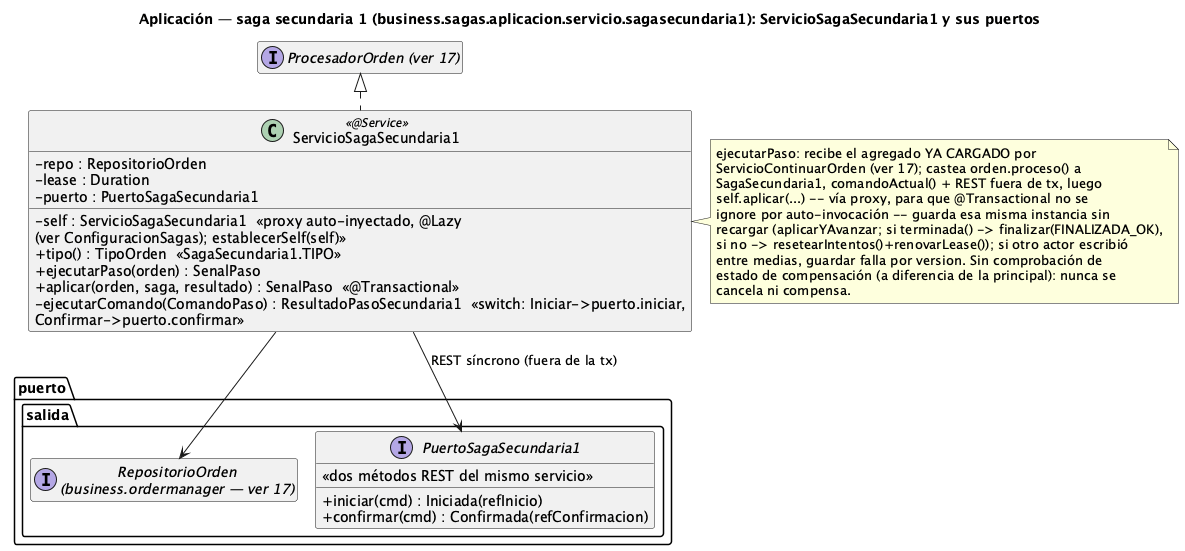
Earlier version of the PlantUML export order-manager/docs/19-clases-aplicacion-saga-secundaria1.png (ralcazar/patrones).
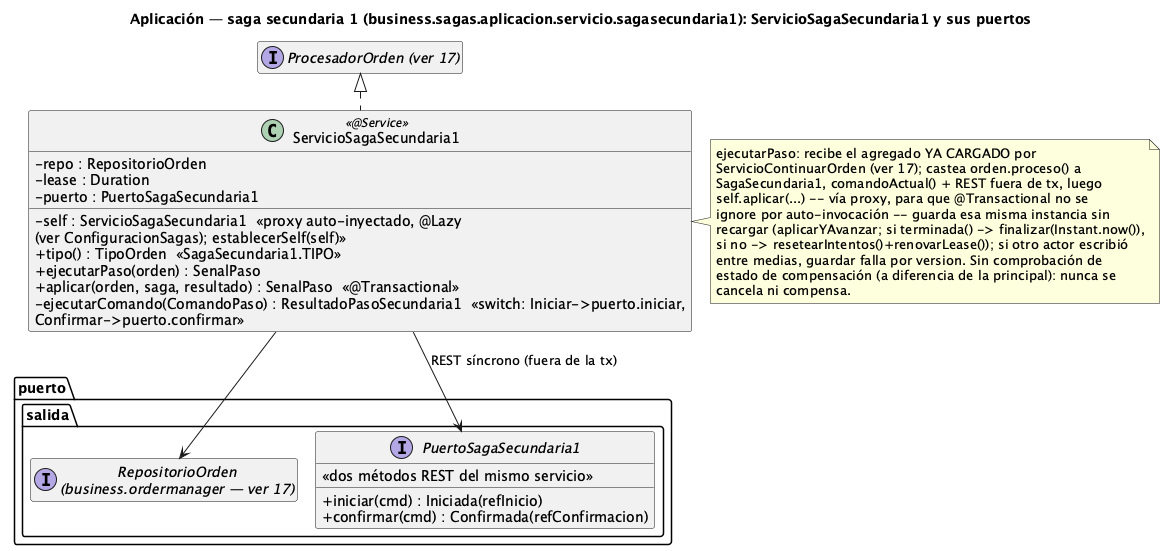
Above is the later version.

Change to the diagram source:
```diff
@@ -22,7 +22,7 @@
   SagaSecundaria1, comandoActual() + REST fuera de tx, luego
   self.aplicar(...) -- vía proxy, para que @Transactional no se
   ignore por auto-invocación -- guarda esa misma instancia sin
-  recargar (aplicarYAvanzar; si terminada() -> finalizar(FINALIZADA_OK),
+  recargar (aplicarYAvanzar; si terminada() -> finalizar(Instant.now()),
   si no -> resetearIntentos()+renovarLease()); si otro actor escribió
   entre medias, guardar falla por version. Sin comprobación de
   estado de compensación (a diferencia de la principal): nunca se
```
